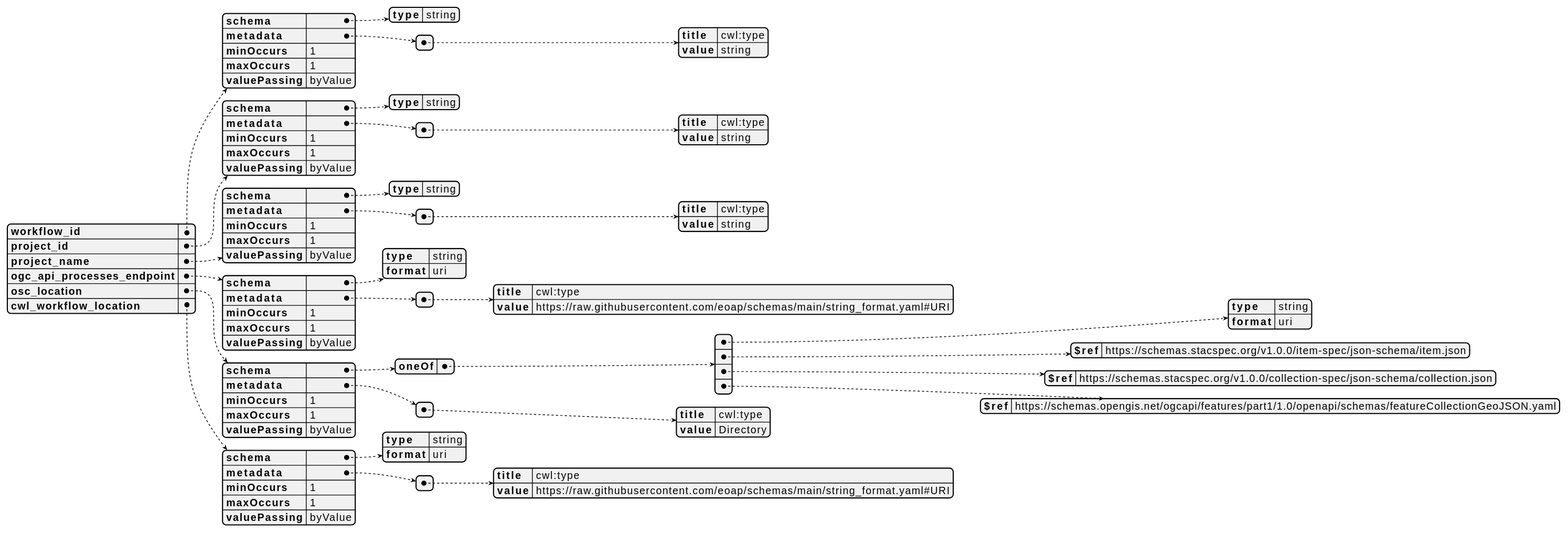
This is docs/c4/components/workflow/publish_workflow/ogc_processes_inputs.svg from Terradue/osc-client, a PlantUML export, as it was before one commit.
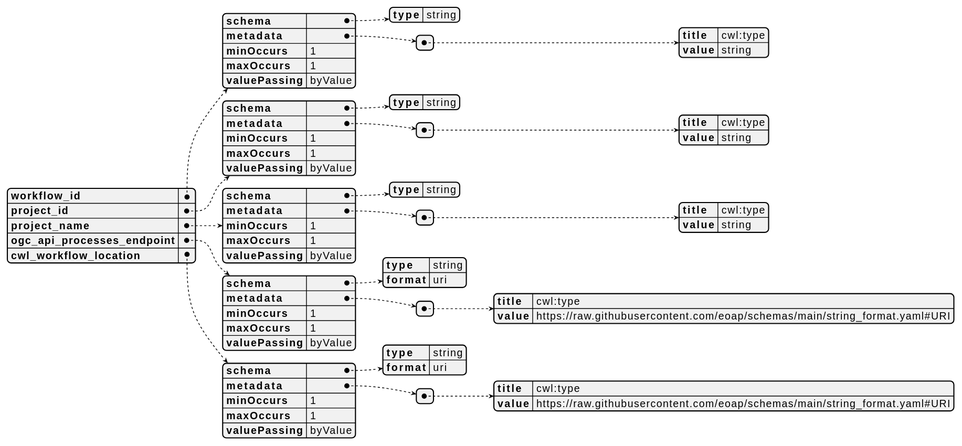
Above is the later version.

What changed in the source:
```diff
@@ -57,34 +57,6 @@
     "maxOccurs": 1,
     "valuePassing": "byValue"
   },
-  "osc_location": {
-    "schema": {
-      "oneOf": [
-        {
-          "type": "string",
-          "format": "uri"
-        },
-        {
-          "$ref": "https://schemas.stacspec.org/v1.0.0/item-spec/json-schema/item.json"
-        },
-        {
-          "$ref": "https://schemas.stacspec.org/v1.0.0/collection-spec/json-schema/collection.json"
-        },
-        {
-          "$ref": "https://schemas.opengis.net/ogcapi/features/part1/1.0/openapi/schemas/featureCollectionGeoJSON.yaml"
-        }
-      ]
-    },
-    "metadata": [
-      {
-        "title": "cwl:type",
-        "value": "Directory"
-      }
-    ],
-    "minOccurs": 1,
-    "maxOccurs": 1,
-    "valuePassing": "byValue"
-  },
   "cwl_workflow_location": {
     "schema": {
       "type": "string",
```
